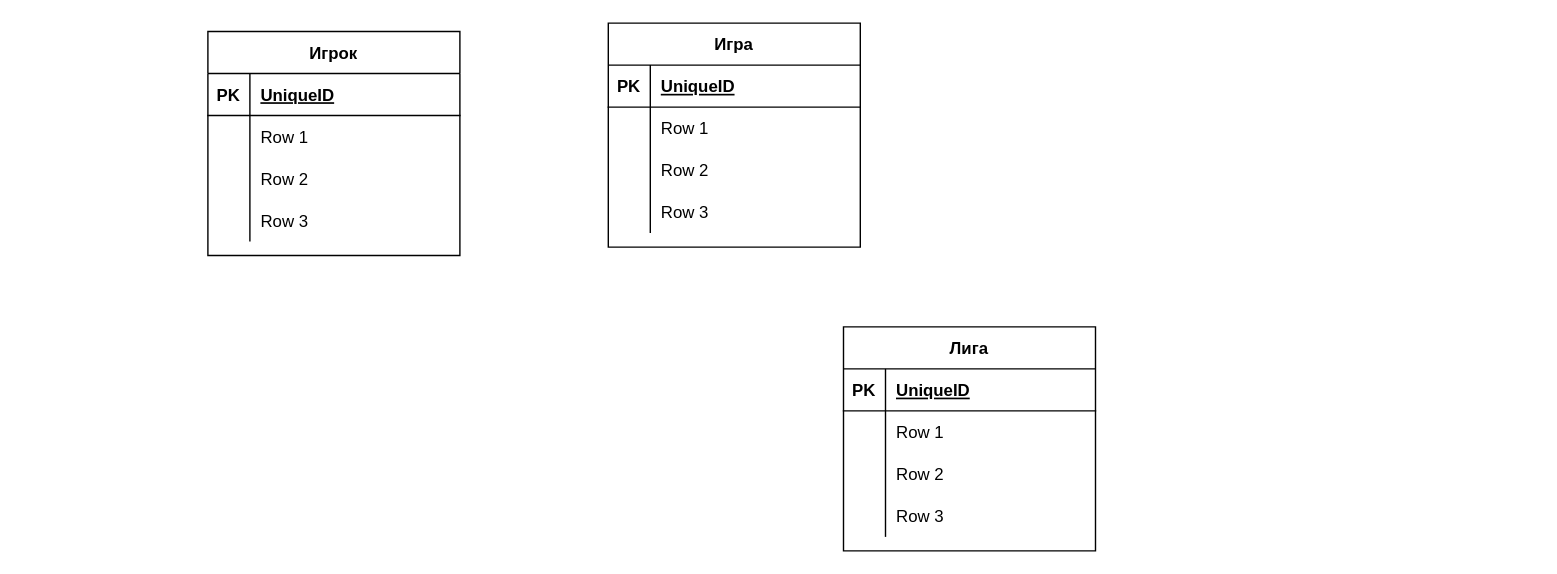
Before: MafiaAccounting.drawio in qs0va/MafiaAccounting, a draw.io diagram. Source tidied: cells renumbered, new cells numbered last; positions are measured from the earlier drawing's top-left corner, leaving out a move shared by most shapes. Both pictures are drawn from the tidied source at 140%, with x=0, y=0 at pixel (207, 22).
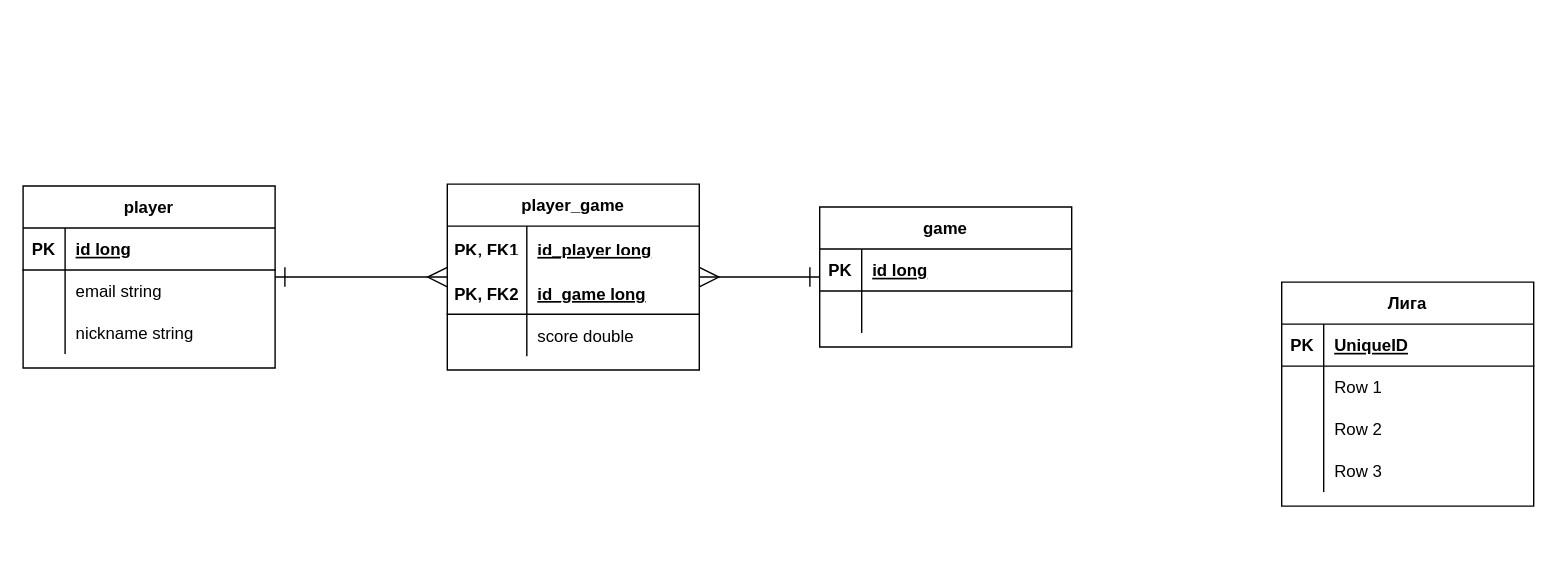
The same diagram, later.

Unchanged cells that the change refers to:
```xml
<mxCell id="3" style="shape=tableRow;horizontal=0;startSize=0;swimlaneHead=0;swimlaneBody=0;fillColor=none;top=0;left=0;right=0;bottom=1;" parent="2" vertex="1">
  <mxGeometry y="30" width="180" height="30" as="geometry" />
</mxCell>
<mxCell id="6" style="shape=tableRow;horizontal=0;startSize=0;swimlaneHead=0;swimlaneBody=0;fillColor=none;top=0;left=0;right=0;bottom=0;" parent="2" vertex="1">
  <mxGeometry y="60" width="180" height="30" as="geometry" />
</mxCell>
<mxCell id="9" style="shape=tableRow;horizontal=0;startSize=0;swimlaneHead=0;swimlaneBody=0;fillColor=none;top=0;left=0;right=0;bottom=0;" parent="2" vertex="1">
  <mxGeometry y="90" width="180" height="30" as="geometry" />
</mxCell>
<mxCell id="16" style="shape=tableRow;horizontal=0;startSize=0;swimlaneHead=0;swimlaneBody=0;fillColor=none;top=0;left=0;right=0;bottom=1;" parent="15" vertex="1">
  <mxGeometry y="30" width="180" height="30" as="geometry" />
</mxCell>
<mxCell id="19" style="shape=tableRow;horizontal=0;startSize=0;swimlaneHead=0;swimlaneBody=0;fillColor=none;top=0;left=0;right=0;bottom=0;" parent="15" vertex="1">
  <mxGeometry y="60" width="180" height="30" as="geometry" />
</mxCell>
```

Diff of the diagram source:
```diff
@@
+    <mxCell id="41" style="edgeStyle=orthogonalEdgeStyle;shape=connector;rounded=0;jettySize=auto;html=1;labelBackgroundColor=default;strokeColor=default;fontFamily=Helvetica;fontSize=11;fontColor=default;startArrow=ERone;startFill=0;endArrow=ERmany;endFill=0;startSize=12;endSize=12;" parent="1" edge="1" source="2" target="43">
+      <mxGeometry relative="1" as="geometry" />
+    </mxCell>
-    <mxCell id="2" value="Игрок" style="shape=table;startSize=30;childLayout=tableLayout;rowLines=0;fontStyle=1;align=center;" parent="1" vertex="1">
-      <mxGeometry y="6" width="180" height="160" as="geometry" />
+    <mxCell id="2" value="player" style="shape=table;startSize=30;childLayout=tableLayout;rowLines=0;fontStyle=1;align=center;" parent="1" vertex="1">
+      <mxGeometry x="-132" y="116.4" width="180" height="130" as="geometry" />
     </mxCell>
@@
-    <mxCell id="5" value="UniqueID" style="shape=partialRectangle;fillColor=none;top=0;left=0;bottom=0;right=0;align=left;spacingLeft=6;fontStyle=5;overflow=hidden;" parent="3" vertex="1">
+    <mxCell id="5" value="id long" style="shape=partialRectangle;fillColor=none;top=0;left=0;bottom=0;right=0;align=left;spacingLeft=6;fontStyle=5;overflow=hidden;" parent="3" vertex="1">
       <mxGeometry x="30" width="150" height="30" as="geometry" />
     </mxCell>
@@
-    <mxCell id="8" value="Row 1" style="shape=partialRectangle;fillColor=none;top=0;left=0;bottom=0;right=0;align=left;spacingLeft=6;overflow=hidden;" parent="6" vertex="1">
+    <mxCell id="8" value="email string" style="shape=partialRectangle;fillColor=none;top=0;left=0;bottom=0;right=0;align=left;spacingLeft=6;overflow=hidden;" parent="6" vertex="1">
       <mxGeometry x="30" width="150" height="30" as="geometry" />
     </mxCell>
@@
-    <mxCell id="11" value="Row 2" style="shape=partialRectangle;fillColor=none;top=0;left=0;bottom=0;right=0;align=left;spacingLeft=6;overflow=hidden;" parent="9" vertex="1">
+    <mxCell id="11" value="nickname string" style="shape=partialRectangle;fillColor=none;top=0;left=0;bottom=0;right=0;align=left;spacingLeft=6;overflow=hidden;" parent="9" vertex="1">
       <mxGeometry x="30" width="150" height="30" as="geometry" />
     </mxCell>
-    <mxCell id="12" style="shape=tableRow;horizontal=0;startSize=0;swimlaneHead=0;swimlaneBody=0;fillColor=none;top=0;left=0;right=0;bottom=0;" parent="2" vertex="1">
-      <mxGeometry y="120" width="180" height="30" as="geometry" />
-    </mxCell>
-    <mxCell id="13" style="shape=partialRectangle;fillColor=none;top=0;left=0;bottom=0;right=0;overflow=hidden;" parent="12" vertex="1">
-      <mxGeometry width="30" height="30" as="geometry" />
-    </mxCell>
-    <mxCell id="14" value="Row 3" style="shape=partialRectangle;fillColor=none;top=0;left=0;bottom=0;right=0;align=left;spacingLeft=6;overflow=hidden;" parent="12" vertex="1">
-      <mxGeometry x="30" width="150" height="30" as="geometry" />
-    </mxCell>
-    <mxCell id="15" value="Игра" style="shape=table;startSize=30;childLayout=tableLayout;rowLines=0;fontStyle=1;align=center;" parent="1" vertex="1">
-      <mxGeometry x="286" width="180" height="160" as="geometry" />
+    <mxCell id="15" value="game" style="shape=table;startSize=30;childLayout=tableLayout;rowLines=0;fontStyle=1;align=center;" parent="1" vertex="1">
+      <mxGeometry x="437" y="131.4" width="180" height="100" as="geometry" />
     </mxCell>
@@
-    <mxCell id="18" value="UniqueID" style="shape=partialRectangle;fillColor=none;top=0;left=0;bottom=0;right=0;align=left;spacingLeft=6;fontStyle=5;overflow=hidden;" parent="16" vertex="1">
+    <mxCell id="18" value="id long" style="shape=partialRectangle;fillColor=none;top=0;left=0;bottom=0;right=0;align=left;spacingLeft=6;fontStyle=5;overflow=hidden;" parent="16" vertex="1">
       <mxGeometry x="30" width="150" height="30" as="geometry" />
     </mxCell>
@@
-    <mxCell id="21" value="Row 1" style="shape=partialRectangle;fillColor=none;top=0;left=0;bottom=0;right=0;align=left;spacingLeft=6;overflow=hidden;" parent="19" vertex="1">
+    <mxCell id="21" style="shape=partialRectangle;fillColor=none;top=0;left=0;bottom=0;right=0;align=left;spacingLeft=6;overflow=hidden;" parent="19" vertex="1">
       <mxGeometry x="30" width="150" height="30" as="geometry" />
     </mxCell>
-    <mxCell id="22" style="shape=tableRow;horizontal=0;startSize=0;swimlaneHead=0;swimlaneBody=0;fillColor=none;top=0;left=0;right=0;bottom=0;" parent="15" vertex="1">
-      <mxGeometry y="90" width="180" height="30" as="geometry" />
-    </mxCell>
-    <mxCell id="23" style="shape=partialRectangle;fillColor=none;top=0;left=0;bottom=0;right=0;overflow=hidden;" parent="22" vertex="1">
-      <mxGeometry width="30" height="30" as="geometry" />
-    </mxCell>
-    <mxCell id="24" value="Row 2" style="shape=partialRectangle;fillColor=none;top=0;left=0;bottom=0;right=0;align=left;spacingLeft=6;overflow=hidden;" parent="22" vertex="1">
-      <mxGeometry x="30" width="150" height="30" as="geometry" />
-    </mxCell>
-    <mxCell id="25" style="shape=tableRow;horizontal=0;startSize=0;swimlaneHead=0;swimlaneBody=0;fillColor=none;top=0;left=0;right=0;bottom=0;" parent="15" vertex="1">
-      <mxGeometry y="120" width="180" height="30" as="geometry" />
-    </mxCell>
-    <mxCell id="26" style="shape=partialRectangle;fillColor=none;top=0;left=0;bottom=0;right=0;overflow=hidden;" parent="25" vertex="1">
-      <mxGeometry width="30" height="30" as="geometry" />
-    </mxCell>
-    <mxCell id="27" value="Row 3" style="shape=partialRectangle;fillColor=none;top=0;left=0;bottom=0;right=0;align=left;spacingLeft=6;overflow=hidden;" parent="25" vertex="1">
-      <mxGeometry x="30" width="150" height="30" as="geometry" />
-    </mxCell>
     <mxCell id="28" value="Лига" style="shape=table;startSize=30;childLayout=tableLayout;rowLines=0;fontStyle=1;align=center;" parent="1" vertex="1">
-      <mxGeometry x="454" y="217" width="180" height="160" as="geometry" />
+      <mxGeometry x="767" y="185" width="180" height="160" as="geometry" />
     </mxCell>
@@
+    <mxCell id="42" style="edgeStyle=orthogonalEdgeStyle;rounded=0;jettySize=auto;html=1;strokeColor=default;startArrow=ERone;startFill=0;endArrow=ERmany;endFill=0;startSize=12;endSize=12;" parent="1" edge="1" source="15" target="43">
+      <mxGeometry relative="1" as="geometry" />
+    </mxCell>
+    <mxCell id="43" value="player_game" style="shape=table;startSize=30;childLayout=tableLayout;rowLines=0;fontStyle=1;align=center;" parent="1" vertex="1">
+      <mxGeometry x="171" y="115" width="180" height="132.8" as="geometry" />
+    </mxCell>
+    <mxCell id="44" style="shape=tableRow;horizontal=0;startSize=0;swimlaneHead=0;swimlaneBody=0;fillColor=none;top=0;left=0;right=0;bottom=0;labelBorderColor=none;" parent="43" vertex="1">
+      <mxGeometry y="30" width="180" height="33" as="geometry" />
+    </mxCell>
+    <mxCell id="45" value="PK, FK1" style="shape=partialRectangle;fillColor=none;top=0;left=0;bottom=0;right=0;fontStyle=1;overflow=hidden;" parent="44" vertex="1">
+      <mxGeometry width="56.8" height="33" as="geometry" />
+    </mxCell>
+    <mxCell id="46" value="id_player long" style="shape=partialRectangle;fillColor=none;top=0;left=0;bottom=0;right=0;align=left;spacingLeft=6;fontStyle=5;overflow=hidden;" parent="44" vertex="1">
+      <mxGeometry x="56.8" width="123.2" height="33" as="geometry" />
+    </mxCell>
+    <mxCell id="47" style="shape=tableRow;horizontal=0;startSize=0;swimlaneHead=0;swimlaneBody=0;fillColor=none;top=0;left=0;right=0;bottom=1;" parent="43" vertex="1">
+      <mxGeometry y="63" width="180" height="30" as="geometry" />
+    </mxCell>
+    <mxCell id="48" value="PK, FK2" style="shape=partialRectangle;fillColor=none;top=0;left=0;bottom=0;right=0;fontStyle=1;overflow=hidden;" parent="47" vertex="1">
+      <mxGeometry width="56.8" height="30" as="geometry" />
+    </mxCell>
+    <mxCell id="49" value="id_game long" style="shape=partialRectangle;fillColor=none;top=0;left=0;bottom=0;right=0;align=left;spacingLeft=6;fontStyle=5;overflow=hidden;" parent="47" vertex="1">
+      <mxGeometry x="56.8" width="123.2" height="30" as="geometry" />
+    </mxCell>
+    <mxCell id="50" style="shape=tableRow;horizontal=0;startSize=0;swimlaneHead=0;swimlaneBody=0;fillColor=none;top=0;left=0;right=0;bottom=0;" parent="43" vertex="1">
+      <mxGeometry y="93" width="180" height="30" as="geometry" />
+    </mxCell>
+    <mxCell id="51" style="shape=partialRectangle;fillColor=none;top=0;left=0;bottom=0;right=0;overflow=hidden;" parent="50" vertex="1">
+      <mxGeometry width="56.8" height="30" as="geometry" />
+    </mxCell>
+    <mxCell id="52" value="score double" style="shape=partialRectangle;fillColor=none;top=0;left=0;bottom=0;right=0;align=left;spacingLeft=6;overflow=hidden;" parent="50" vertex="1">
+      <mxGeometry x="56.8" width="123.2" height="30" as="geometry" />
+    </mxCell>
```
